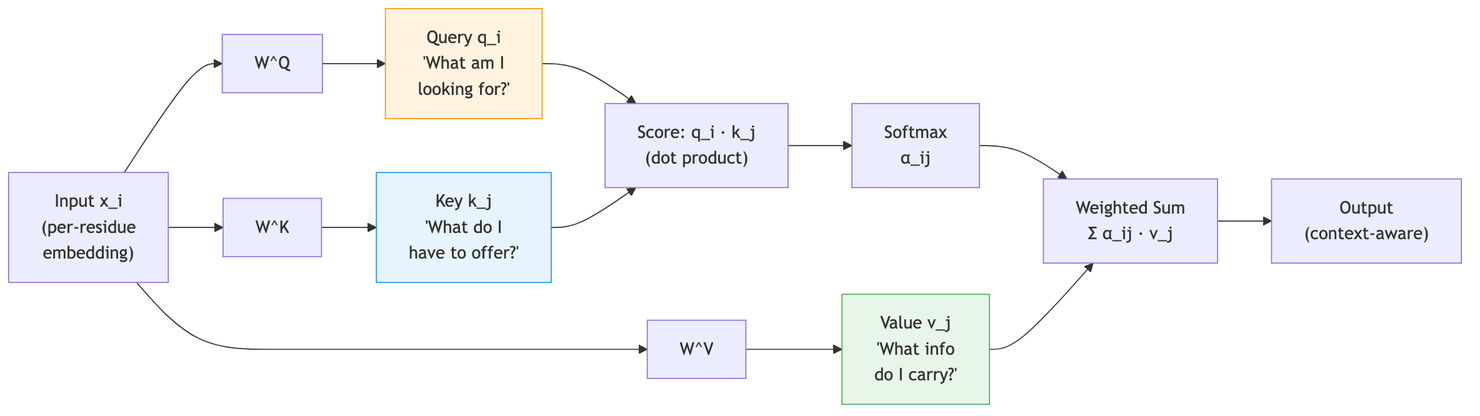
This is assets/img/teaching/protein-ai/mermaid/s26-04-transformers-gnns_diagram_1.png from sungsoo-ahn/sungsoo-ahn.github.io, a Mermaid export, as it was before one commit. Its source is kept beside it as assets/img/teaching/protein-ai/mermaid/s26-04-transformers-gnns_diagram_1.mmd.
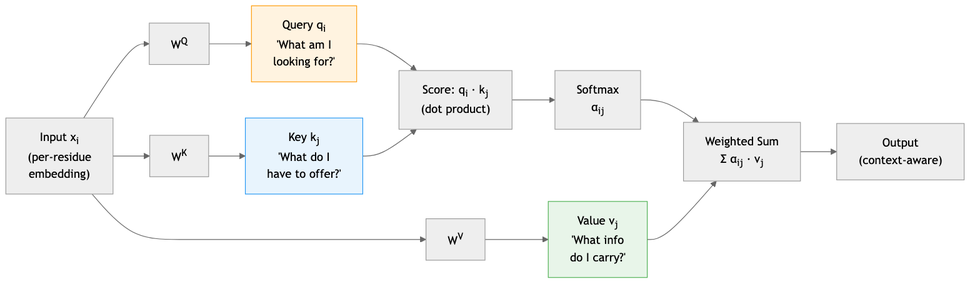
The same diagram one commit later.

Diff of the diagram source:
```diff
@@ -1,15 +1,15 @@
 flowchart LR
-    X["Input x_i<br/>(per-residue<br/>embedding)"] --> WQ["W^Q"]
-    X --> WK["W^K"]
-    X --> WV["W^V"]
+    X["Input x<sub>i</sub><br/>(per-residue<br/>embedding)"] --> WQ["W<sup>Q</sup>"]
+    X --> WK["W<sup>K</sup>"]
+    X --> WV["W<sup>V</sup>"]
 
-    WQ --> Q["Query q_i<br/>'What am I<br/>looking for?'"]
-    WK --> K["Key k_j<br/>'What do I<br/>have to offer?'"]
-    WV --> V["Value v_j<br/>'What info<br/>do I carry?'"]
+    WQ --> Q["Query q<sub>i</sub><br/>'What am I<br/>looking for?'"]
+    WK --> K["Key k<sub>j</sub><br/>'What do I<br/>have to offer?'"]
+    WV --> V["Value v<sub>j</sub><br/>'What info<br/>do I carry?'"]
 
-    Q & K --> S["Score: q_i · k_j<br/>(dot product)"]
-    S --> SM["Softmax<br/>α_ij"]
-    SM --> AG["Weighted Sum<br/>Σ α_ij · v_j"]
+    Q & K --> S["Score: q<sub>i</sub> · k<sub>j</sub><br/>(dot product)"]
+    S --> SM["Softmax<br/>α<sub>ij</sub>"]
+    SM --> AG["Weighted Sum<br/>Σ α<sub>ij</sub> · v<sub>j</sub>"]
     V --> AG
     AG --> O["Output<br/>(context-aware)"]
 
```
